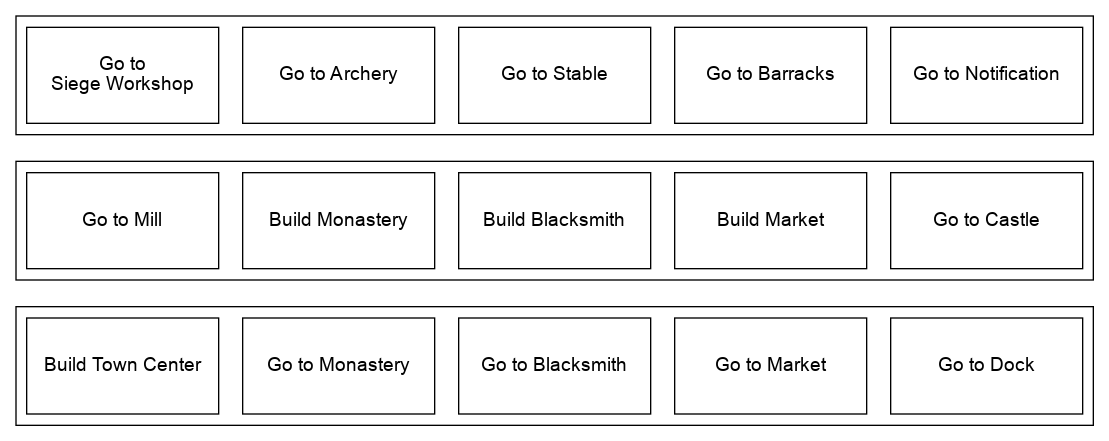
The Graphviz diagram layer3.png in TheAgeOfCoding/age-hotkey-science, before a commit. Its source is kept beside it as layer3.dot. The source it was exported from:
```dot
digraph D {
    node [pin=true, width=2, height=1, shape=record, fixedsize=true, autosize=false, fontname="Arial"];
    subgraph cluster_0 {
      e [label="Go to Notification"];
      d [label="Go to Barracks"];
      c [label="Go to Stable"];
      b [label="Go to Archery"];
      a [label="Go to\nSiege Workshop"];
    }
    subgraph cluster_1 {
      j [label="Go to Castle"];
      i [label="Build Market"];
      h [label="Build Blacksmith"];
      g [label="Build Monastery"];
      f [label="Go to Mill"];
    }

    subgraph cluster_2 {
      k [label="Go to Dock"];
      l [label="Go to Market"];
      m [label="Go to Blacksmith"];
      n [label="Go to Monastery"];
      o [label="Build Town Center"];
    }
  a -> f [style=invis];
  j -> k [style=invis];
}
```
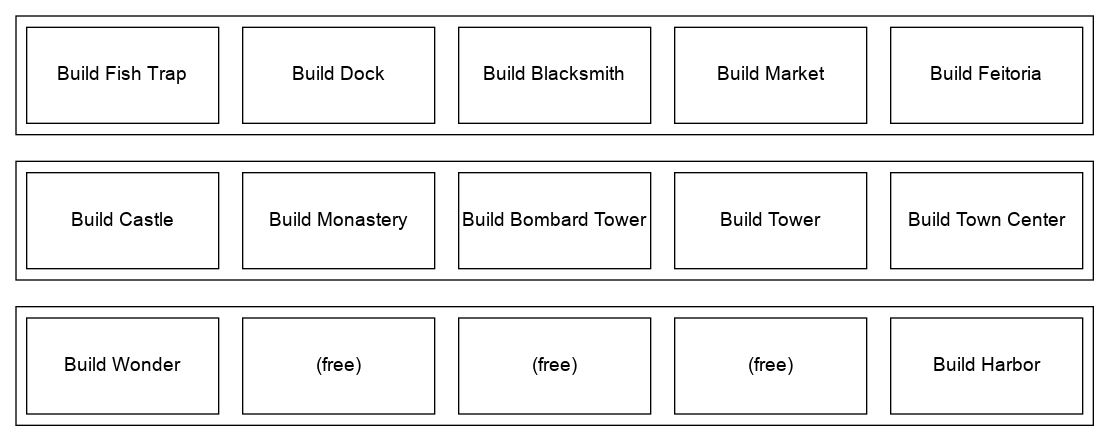
Later version of the same file.

Change to the diagram source:
```diff
@@ -1,26 +1,26 @@
 digraph D {
     node [pin=true, width=2, height=1, shape=record, fixedsize=true, autosize=false, fontname="Arial"];
     subgraph cluster_0 {
-      e [label="Go to Notification"];
-      d [label="Go to Barracks"];
-      c [label="Go to Stable"];
-      b [label="Go to Archery"];
-      a [label="Go to\nSiege Workshop"];
+      e [label="Build Feitoria"];
+      d [label="Build Market"];
+      c [label="Build Blacksmith"];
+      b [label="Build Dock"];
+      a [label="Build Fish Trap"];
     }
     subgraph cluster_1 {
-      j [label="Go to Castle"];
-      i [label="Build Market"];
-      h [label="Build Blacksmith"];
+      j [label="Build Town Center"];
+      i [label="Build Tower"];
+      h [label="Build Bombard Tower"];
       g [label="Build Monastery"];
-      f [label="Go to Mill"];
+      f [label="Build Castle"];
     }
 
     subgraph cluster_2 {
-      k [label="Go to Dock"];
-      l [label="Go to Market"];
-      m [label="Go to Blacksmith"];
-      n [label="Go to Monastery"];
-      o [label="Build Town Center"];
+      k [label="Build Harbor"];
+      l [label="(free)"];
+      m [label="(free)"];
+      n [label="(free)"];
+      o [label="Build Wonder"];
     }
   a -> f [style=invis];
   j -> k [style=invis];
```
